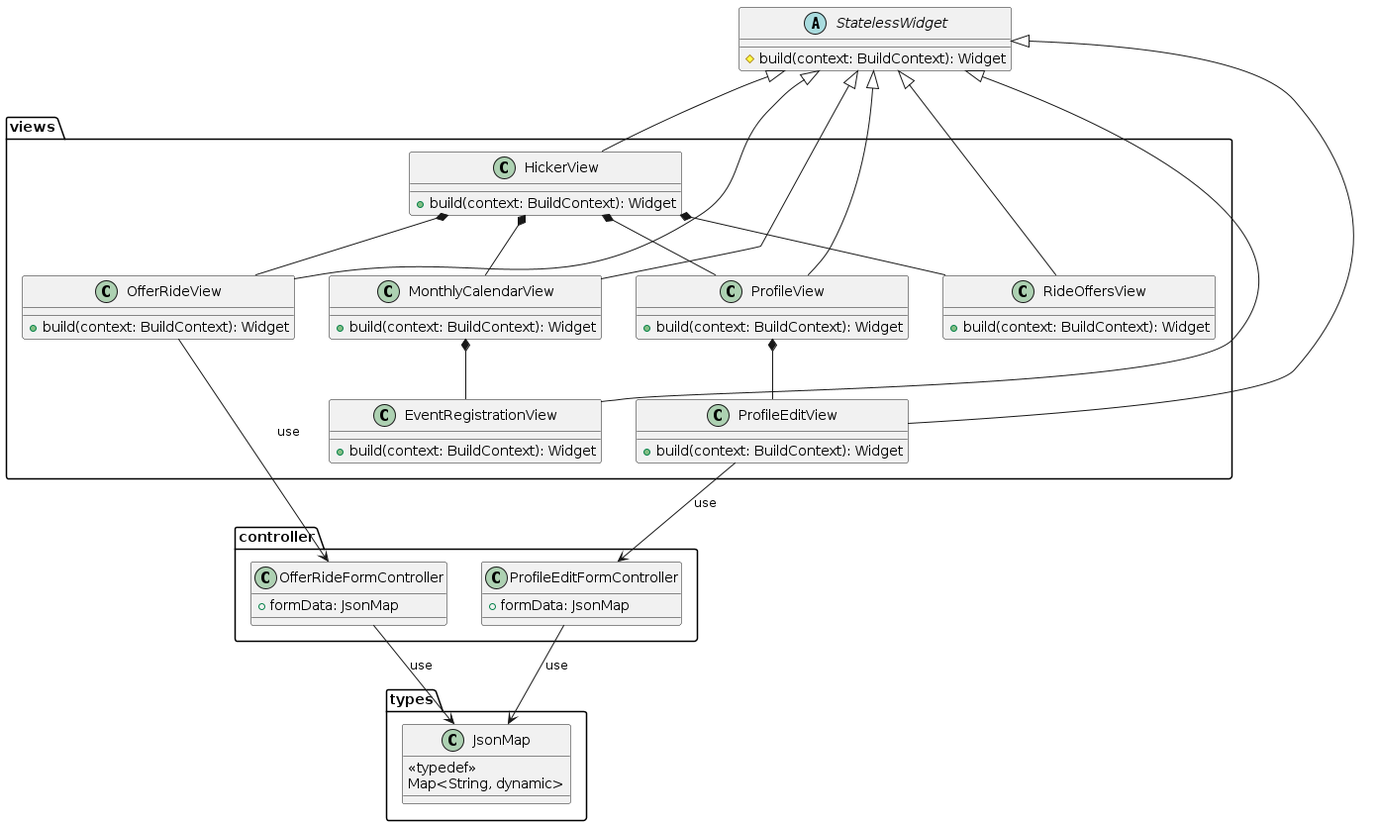
The PlantUML diagram docs/diagrams/out/class_diagrams/pe_na_pedra_class_diagram_7.png in tiagors09/pe_na_pedra, before a commit.
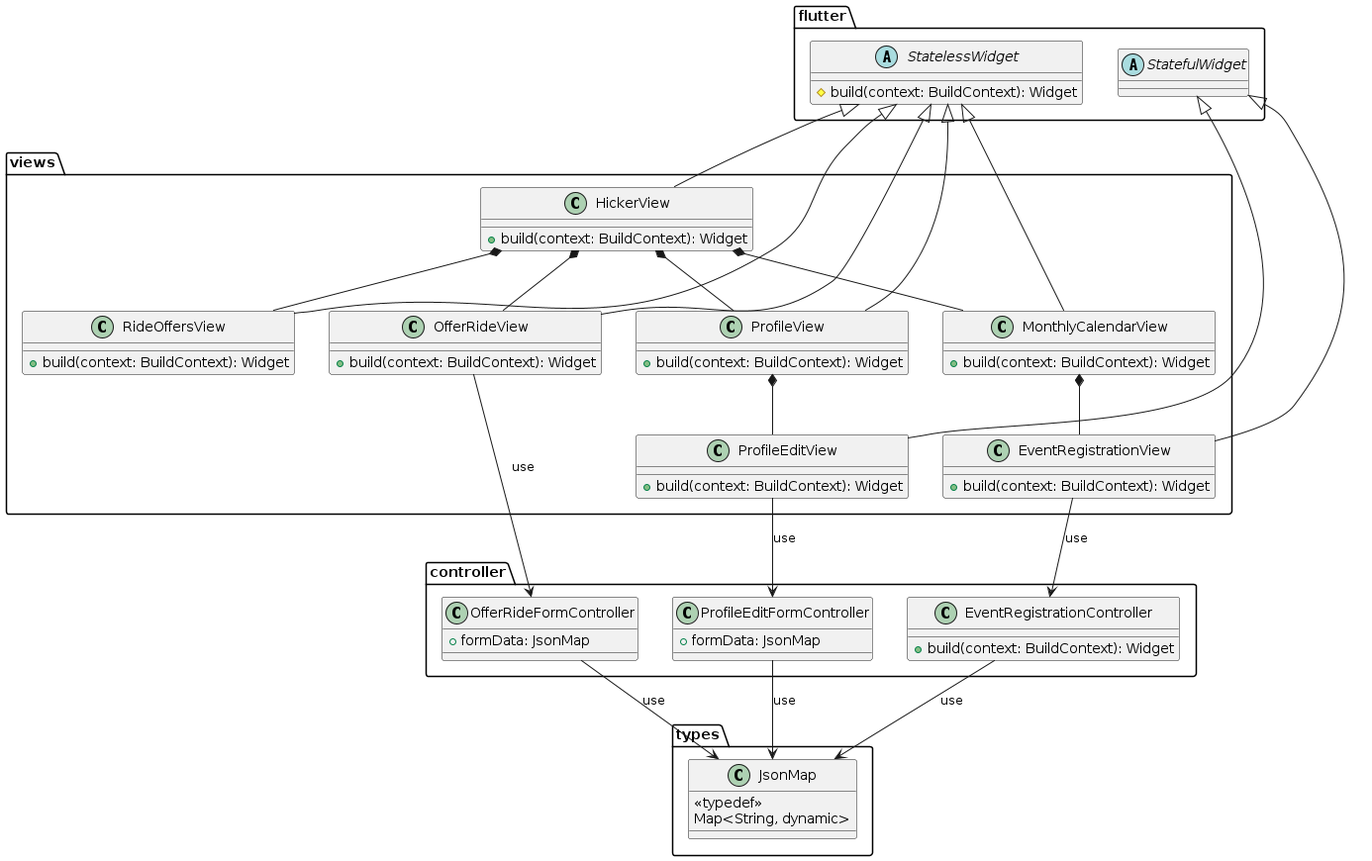
After the change.

Diff of the diagram source:
```diff
@@ -6,10 +6,15 @@
   }
 }
 
-abstract class StatelessWidget {
+package flutter {
+  abstract class StatefulWidget
+
+  abstract class StatelessWidget {
   # build(context: BuildContext): Widget
 }
 
+
+}
 package controller {
   class OfferRideFormController {
     + formData: JsonMap
@@ -17,6 +22,10 @@
 
   class ProfileEditFormController {
     + formData: JsonMap
+  }
+
+  class EventRegistrationController {
+    + build(context: BuildContext): Widget
   }
 }
 
@@ -53,11 +62,11 @@
 StatelessWidget <|-- HickerView
 StatelessWidget <|-- MonthlyCalendarView
 StatelessWidget <|-- ProfileView
-StatelessWidget <|-- ProfileEditView
+StatefulWidget <|-- ProfileEditView
 StatelessWidget <|-- OfferRideView
 StatelessWidget <|-- RideOffersView
 
-StatelessWidget <|-- EventRegistrationView
+StatefulWidget <|-- EventRegistrationView
 
 HickerView *-- MonthlyCalendarView
 HickerView *-- ProfileView
@@ -72,4 +81,8 @@
 
 OfferRideFormController --> JsonMap : use
 ProfileEditFormController --> JsonMap : use
+
+EventRegistrationView --> EventRegistrationController : use
+
+EventRegistrationController --> JsonMap : use
 @enduml
```
